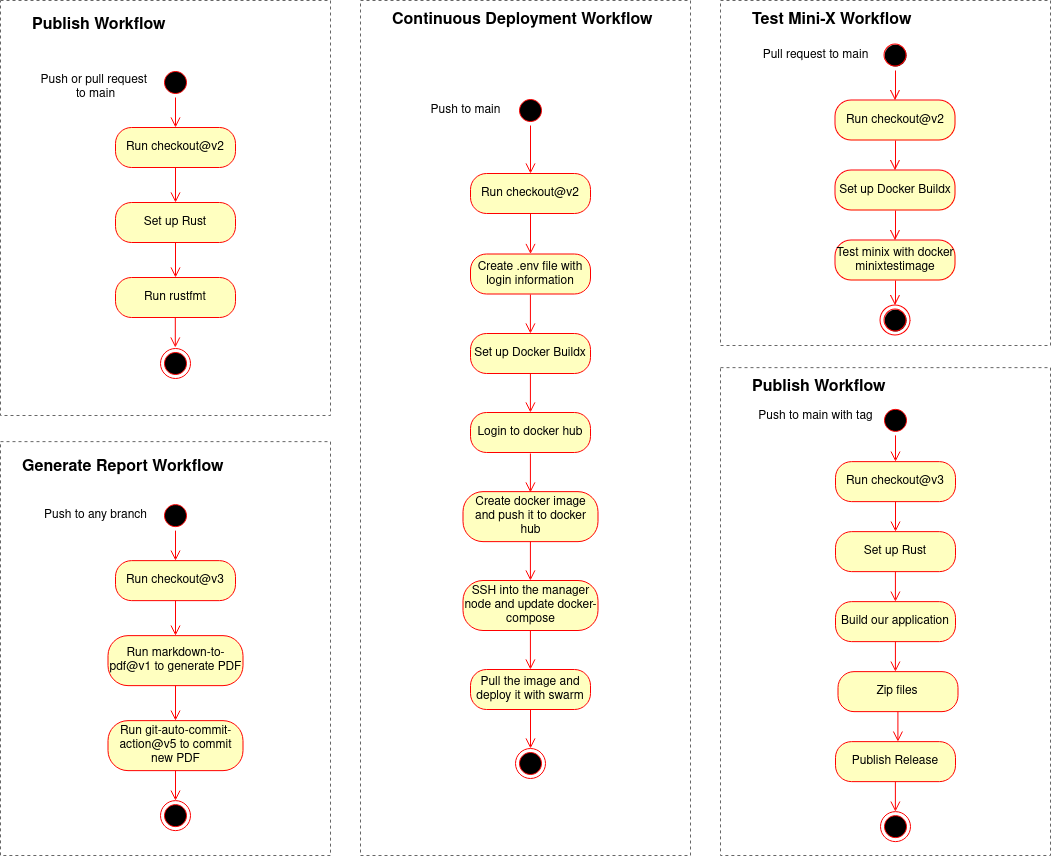
Before: report/images/workflows_diagram.png, a diagram exported from draw.io (sumrdev/mini-x). Source tidied: cells renumbered, new cells last; positions are measured from the earlier drawing's top-left corner, leaving out a move shared by most shapes.
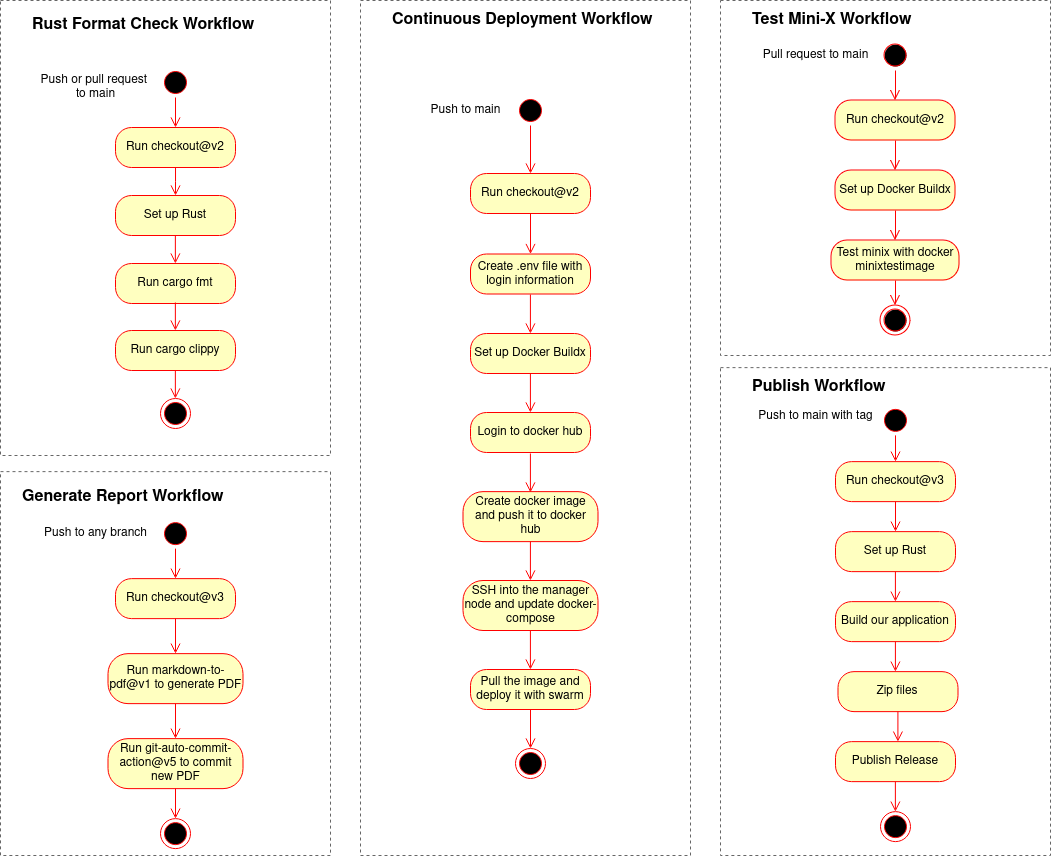
After the commit.

Commit message:
Update workflow diagrams

What changed in the source:
```diff
@@ -3,7 +3,7 @@
     <mxCell id="0" />
     <mxCell id="1" parent="0" />
     <mxCell id="2" style="rounded=0;whiteSpace=wrap;html=1;fillColor=none;dashed=1;strokeWidth=1;fontColor=#333333;strokeColor=#666666;" parent="1" vertex="1">
-      <mxGeometry x="720" width="330" height="345" as="geometry" />
+      <mxGeometry x="720" width="330" height="355" as="geometry" />
     </mxCell>
     <mxCell id="3" style="ellipse;html=1;shape=endState;fillColor=#000000;strokeColor=#ff0000;" parent="1" vertex="1">
       <mxGeometry x="880" y="305" width="30" height="30" as="geometry" />
@@ -27,7 +27,7 @@
       <mxGeometry x="-1" relative="1" as="geometry" />
     </mxCell>
     <mxCell id="10" value="Test minix with docker minixtestimage" style="rounded=1;whiteSpace=wrap;html=1;arcSize=40;fontColor=#000000;fillColor=#ffffc0;strokeColor=#ff0000;" parent="1" vertex="1">
-      <mxGeometry x="835" y="240" width="120" height="40" as="geometry" />
+      <mxGeometry x="831" y="240" width="128" height="40" as="geometry" />
     </mxCell>
     <mxCell id="11" style="edgeStyle=orthogonalEdgeStyle;html=1;align=left;verticalAlign=top;endArrow=open;endSize=8;strokeColor=#ff0000;rounded=0;entryX=0.5;entryY=0;entryDx=0;entryDy=0;" parent="1" edge="1" source="10" target="3">
       <mxGeometry x="-1" relative="1" as="geometry" />
@@ -81,31 +81,31 @@
       <mxGeometry x="470" y="412" width="120" height="40" as="geometry" />
     </mxCell>
     <mxCell id="28" style="rounded=0;whiteSpace=wrap;html=1;fillColor=none;dashed=1;strokeWidth=1;fontColor=#333333;strokeColor=#666666;" parent="1" vertex="1">
-      <mxGeometry y="441.1" width="330" height="413.9" as="geometry" />
+      <mxGeometry y="471.1" width="330" height="383.9" as="geometry" />
     </mxCell>
     <mxCell id="29" style="ellipse;html=1;shape=endState;fillColor=#000000;strokeColor=#ff0000;" parent="1" vertex="1">
-      <mxGeometry x="160" y="800.1" width="30" height="30" as="geometry" />
+      <mxGeometry x="160" y="818.1" width="30" height="30" as="geometry" />
     </mxCell>
     <mxCell id="30" style="ellipse;html=1;shape=startState;fillColor=#000000;strokeColor=#ff0000;" parent="1" vertex="1">
-      <mxGeometry x="160" y="500.1" width="30" height="30" as="geometry" />
+      <mxGeometry x="160" y="518.1" width="30" height="30" as="geometry" />
     </mxCell>
     <mxCell id="31" style="edgeStyle=orthogonalEdgeStyle;html=1;verticalAlign=bottom;endArrow=open;endSize=8;strokeColor=#ff0000;rounded=0;" parent="1" edge="1" source="30" target="32">
       <mxGeometry relative="1" as="geometry" />
     </mxCell>
     <mxCell id="32" value="Run checkout@v3" style="rounded=1;whiteSpace=wrap;html=1;arcSize=40;fontColor=#000000;fillColor=#ffffc0;strokeColor=#ff0000;" parent="1" vertex="1">
-      <mxGeometry x="115" y="560.1" width="120" height="40" as="geometry" />
+      <mxGeometry x="115" y="578.1" width="120" height="40" as="geometry" />
     </mxCell>
     <mxCell id="33" value="Push to any branch" style="text;html=1;align=center;verticalAlign=middle;strokeColor=none;fillColor=none;" parent="1" vertex="1">
-      <mxGeometry x="30" y="500.1" width="130" height="30" as="geometry" />
+      <mxGeometry x="30" y="518.1" width="130" height="30" as="geometry" />
     </mxCell>
     <mxCell id="34" value="Run markdown-to-pdf@v1 to generate PDF" style="rounded=1;whiteSpace=wrap;html=1;arcSize=40;fontColor=#000000;fillColor=#ffffc0;strokeColor=#ff0000;" parent="1" vertex="1">
-      <mxGeometry x="107.5" y="635.1" width="135" height="50" as="geometry" />
+      <mxGeometry x="107.5" y="653.1" width="135" height="50" as="geometry" />
     </mxCell>
     <mxCell id="35" style="edgeStyle=orthogonalEdgeStyle;html=1;align=left;verticalAlign=top;endArrow=open;endSize=8;strokeColor=#ff0000;rounded=0;" parent="1" edge="1" source="32" target="34">
       <mxGeometry x="-1" relative="1" as="geometry" />
     </mxCell>
     <mxCell id="36" value="Run git-auto-commit-action@v5 to commit new PDF" style="rounded=1;whiteSpace=wrap;html=1;arcSize=40;fontColor=#000000;fillColor=#ffffc0;strokeColor=#ff0000;" parent="1" vertex="1">
-      <mxGeometry x="107.5" y="720.1" width="135" height="50" as="geometry" />
+      <mxGeometry x="107.5" y="738.1" width="135" height="50" as="geometry" />
     </mxCell>
     <mxCell id="37" style="edgeStyle=orthogonalEdgeStyle;html=1;align=left;verticalAlign=top;endArrow=open;endSize=8;strokeColor=#ff0000;rounded=0;entryX=0.5;entryY=0;entryDx=0;entryDy=0;" parent="1" edge="1" source="36" target="29">
       <mxGeometry x="-1" relative="1" as="geometry" />
@@ -114,7 +114,7 @@
       <mxGeometry x="-1" relative="1" as="geometry" />
     </mxCell>
     <mxCell id="39" value="&lt;font style=&quot;font-size: 16px;&quot;&gt;Generate Report Workflow&lt;/font&gt;" style="text;html=1;strokeColor=none;fillColor=none;align=left;verticalAlign=middle;whiteSpace=wrap;rounded=0;fontStyle=1;" parent="1" vertex="1">
-      <mxGeometry x="20" y="447.5" width="270" height="40" as="geometry" />
+      <mxGeometry x="20" y="477.5" width="270" height="40" as="geometry" />
     </mxCell>
     <mxCell id="40" style="rounded=0;whiteSpace=wrap;html=1;fillColor=none;dashed=1;strokeWidth=1;fontColor=#333333;strokeColor=#666666;" parent="1" vertex="1">
       <mxGeometry x="720" y="367.1" width="330" height="487.9" as="geometry" />
@@ -177,10 +177,10 @@
       </mxGeometry>
     </mxCell>
     <mxCell id="56" style="rounded=0;whiteSpace=wrap;html=1;fillColor=none;dashed=1;strokeWidth=1;fontColor=#333333;strokeColor=#666666;" parent="1" vertex="1">
-      <mxGeometry width="330" height="415" as="geometry" />
+      <mxGeometry width="330" height="455" as="geometry" />
     </mxCell>
     <mxCell id="57" style="ellipse;html=1;shape=endState;fillColor=#000000;strokeColor=#ff0000;" parent="1" vertex="1">
-      <mxGeometry x="160" y="348" width="30" height="30" as="geometry" />
+      <mxGeometry x="160" y="398" width="30" height="30" as="geometry" />
     </mxCell>
     <mxCell id="58" style="ellipse;html=1;shape=startState;fillColor=#000000;strokeColor=#ff0000;" parent="1" vertex="1">
       <mxGeometry x="160" y="67" width="30" height="30" as="geometry" />
@@ -195,23 +195,19 @@
       <mxGeometry x="30" y="67" width="130" height="40" as="geometry" />
     </mxCell>
     <mxCell id="62" value="Set up Rust" style="rounded=1;whiteSpace=wrap;html=1;arcSize=40;fontColor=#000000;fillColor=#ffffc0;strokeColor=#ff0000;" parent="1" vertex="1">
-      <mxGeometry x="115" y="202" width="120" height="40" as="geometry" />
+      <mxGeometry x="115" y="195" width="120" height="40" as="geometry" />
     </mxCell>
-    <mxCell id="63" style="edgeStyle=orthogonalEdgeStyle;html=1;align=left;verticalAlign=top;endArrow=open;endSize=8;strokeColor=#ff0000;rounded=0;" parent="1" edge="1" source="60" target="62">
-      <mxGeometry x="-1" relative="1" as="geometry" />
+    <mxCell id="63" style="edgeStyle=orthogonalEdgeStyle;html=1;align=left;verticalAlign=top;endArrow=open;endSize=8;strokeColor=#ff0000;rounded=0;" parent="1" edge="1" source="60">
+      <mxGeometry x="-1" relative="1" as="geometry">
+        <mxPoint x="175" y="195" as="targetPoint" />
+      </mxGeometry>
     </mxCell>
-    <mxCell id="64" value="&lt;font style=&quot;font-size: 16px;&quot;&gt;Publish Workflow&lt;/font&gt;" style="text;html=1;strokeColor=none;fillColor=none;align=left;verticalAlign=middle;whiteSpace=wrap;rounded=0;fontStyle=1;" parent="1" vertex="1">
-      <mxGeometry x="30" y="5" width="190" height="40" as="geometry" />
+    <mxCell id="64" value="&lt;font style=&quot;font-size: 16px;&quot;&gt;Rust Format Check Workflow&lt;/font&gt;" style="text;html=1;strokeColor=none;fillColor=none;align=left;verticalAlign=middle;whiteSpace=wrap;rounded=0;fontStyle=1;" parent="1" vertex="1">
+      <mxGeometry x="30" y="5" width="240" height="40" as="geometry" />
     </mxCell>
-    <mxCell id="65" value="Run rustfmt" style="rounded=1;whiteSpace=wrap;html=1;arcSize=40;fontColor=#000000;fillColor=#ffffc0;strokeColor=#ff0000;" parent="1" vertex="1">
-      <mxGeometry x="115" y="277" width="120" height="40" as="geometry" />
+    <mxCell id="65" value="Run cargo fmt" style="rounded=1;whiteSpace=wrap;html=1;arcSize=40;fontColor=#000000;fillColor=#ffffc0;strokeColor=#ff0000;" parent="1" vertex="1">
+      <mxGeometry x="115" y="263" width="120" height="40" as="geometry" />
     </mxCell>
-    <mxCell id="66" style="edgeStyle=orthogonalEdgeStyle;html=1;align=left;verticalAlign=top;endArrow=open;endSize=8;strokeColor=#ff0000;rounded=0;" parent="1" edge="1">
-      <mxGeometry x="-1" relative="1" as="geometry">
-        <mxPoint x="174.8" y="317" as="sourcePoint" />
-        <mxPoint x="174.8" y="347" as="targetPoint" />
-      </mxGeometry>
-    </mxCell>
     <mxCell id="67" value="Set up Docker Buildx" style="rounded=1;whiteSpace=wrap;html=1;arcSize=40;fontColor=#000000;fillColor=#ffffc0;strokeColor=#ff0000;" parent="1" vertex="1">
       <mxGeometry x="470" y="333" width="120" height="40" as="geometry" />
     </mxCell>
@@ -245,11 +241,26 @@
         <mxPoint x="529.9" y="333" as="targetPoint" />
       </mxGeometry>
     </mxCell>
-    <mxCell id="73" style="edgeStyle=orthogonalEdgeStyle;html=1;align=left;verticalAlign=top;endArrow=open;endSize=8;strokeColor=#ff0000;rounded=0;" parent="1" edge="1">
-      <mxGeometry x="-1" relative="1" as="geometry">
-        <mxPoint x="175" y="242" as="sourcePoint" />
-        <mxPoint x="175" y="277" as="targetPoint" />
-      </mxGeometry>
-    </mxCell>
+    <mxCell id="74" value="Run cargo clippy" style="rounded=1;whiteSpace=wrap;html=1;arcSize=40;fontColor=#000000;fillColor=#ffffc0;strokeColor=#ff0000;" parent="1" vertex="1">
+      <mxGeometry x="115" y="330" width="120" height="40" as="geometry" />
+    </mxCell>
+    <mxCell id="75" style="edgeStyle=orthogonalEdgeStyle;html=1;align=left;verticalAlign=top;endArrow=open;endSize=8;strokeColor=#ff0000;rounded=0;" parent="1" edge="1">
+      <mxGeometry x="-1" relative="1" as="geometry">
+        <mxPoint x="174.9" y="235" as="sourcePoint" />
+        <mxPoint x="174.9" y="263" as="targetPoint" />
+      </mxGeometry>
+    </mxCell>
+    <mxCell id="76" style="edgeStyle=orthogonalEdgeStyle;html=1;align=left;verticalAlign=top;endArrow=open;endSize=8;strokeColor=#ff0000;rounded=0;" parent="1" edge="1">
+      <mxGeometry x="-1" relative="1" as="geometry">
+        <mxPoint x="174.9" y="302" as="sourcePoint" />
+        <mxPoint x="174.9" y="330" as="targetPoint" />
+      </mxGeometry>
+    </mxCell>
+    <mxCell id="77" style="edgeStyle=orthogonalEdgeStyle;html=1;align=left;verticalAlign=top;endArrow=open;endSize=8;strokeColor=#ff0000;rounded=0;" parent="1" edge="1">
+      <mxGeometry x="-1" relative="1" as="geometry">
+        <mxPoint x="174.9" y="370" as="sourcePoint" />
+        <mxPoint x="174.9" y="398" as="targetPoint" />
+      </mxGeometry>
+    </mxCell>
   </root>
 </mxGraphModel>
```
